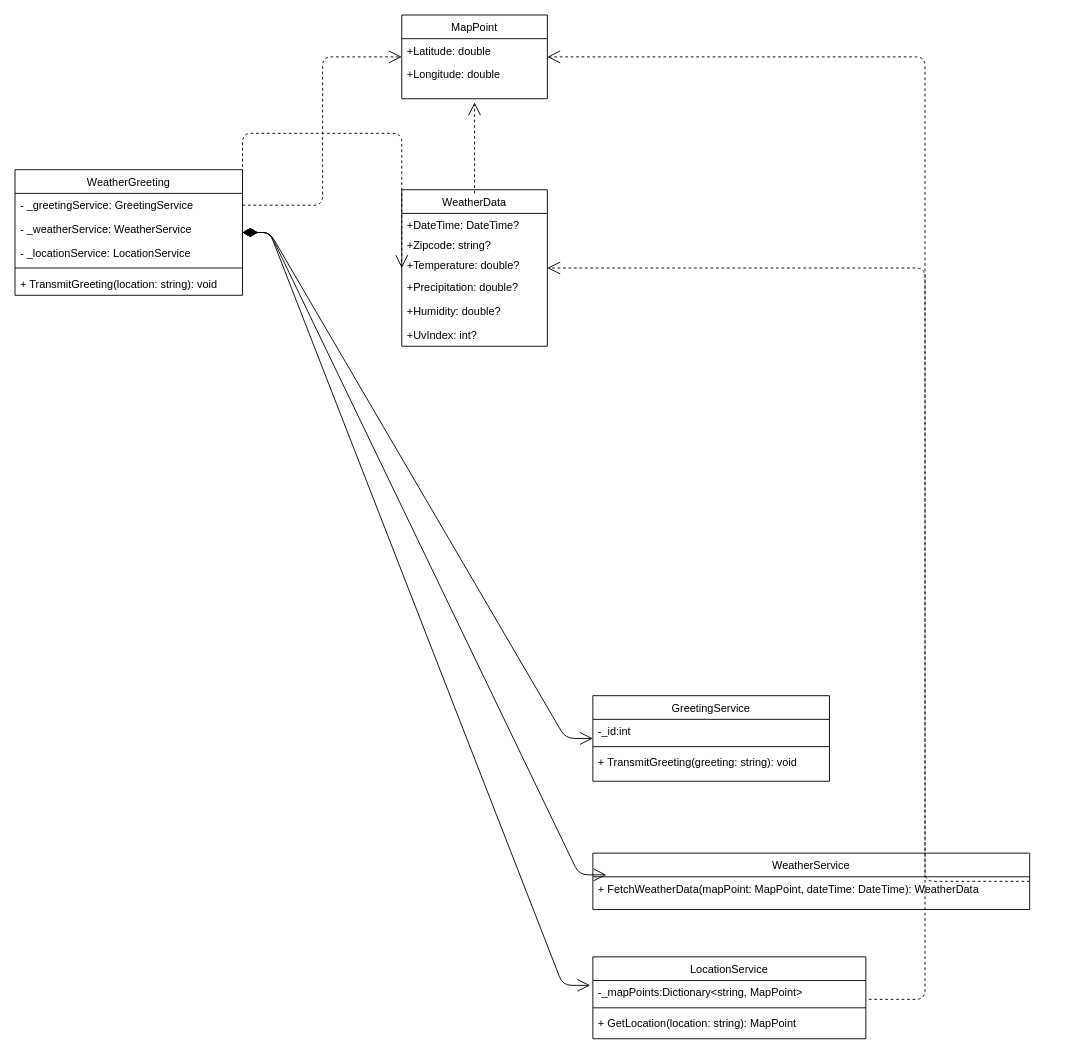
The draw.io diagram WeatherGreeting/weather-greeting-uml.drawio in d-german/weather-greeting, before the edit. Source tidied: cells renumbered, new cells numbered last; positions are measured from the earlier drawing's top-left corner, leaving out a move shared by most shapes. Both pictures are drawn from the tidied source at 91%, with x=0, y=0 at pixel (15, 15).
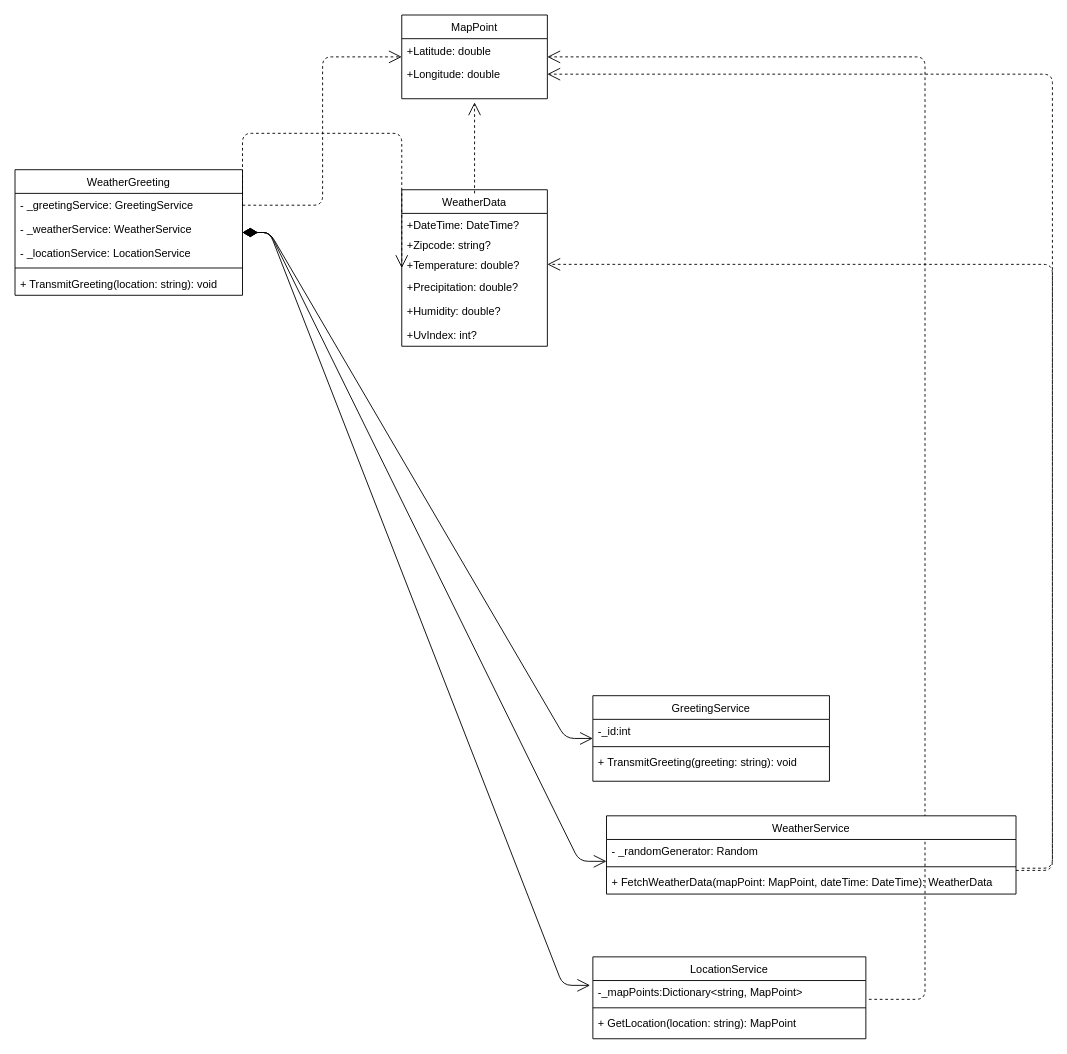
The same page after the edit.

The change refers to these unchanged cells:
```xml
<mxCell id="2" value="WeatherData" style="swimlane;fontStyle=0;align=center;verticalAlign=top;horizontal=1;startSize=26;rounded=0;shadow=0;strokeWidth=1;" parent="1" vertex="1">
  <mxGeometry x="425" y="192" width="160" height="172" as="geometry" />
</mxCell>
<mxCell id="5" value="+Temperature: double?" style="text;align=left;verticalAlign=top;spacingLeft=4;spacingRight=4;overflow=hidden;points=[[0,0.5],[1,0.5]];portConstraint=eastwest;rounded=0;shadow=0;html=0;" parent="2" vertex="1">
  <mxGeometry y="70" width="160" height="24" as="geometry" />
</mxCell>
<mxCell id="11" value="+Longitude: double" style="text;align=left;verticalAlign=top;spacingLeft=4;spacingRight=4;overflow=hidden;points=[[0,0.5],[1,0.5]];portConstraint=eastwest;rounded=0;shadow=0;html=0;" parent="9" vertex="1">
  <mxGeometry y="52" width="160" height="26" as="geometry" />
</mxCell>
<mxCell id="22" value="WeatherGreeting" style="swimlane;fontStyle=0;align=center;verticalAlign=top;horizontal=1;startSize=26;" parent="1" vertex="1">
  <mxGeometry y="170" width="250" height="138" as="geometry" />
</mxCell>
```

The edit, as a diff of the source:
```diff
@@
-    <mxCell id="20" value="WeatherService" style="swimlane;fontStyle=0;align=center;verticalAlign=top;horizontal=1;startSize=26;rounded=0;shadow=0;strokeWidth=1;" parent="1" vertex="1">
-      <mxGeometry x="635" y="921" width="480" height="62" as="geometry" />
-    </mxCell>
-    <mxCell id="21" value="+ FetchWeatherData(mapPoint: MapPoint, dateTime: DateTime): WeatherData" style="text;align=left;verticalAlign=top;spacingLeft=4;spacingRight=4;overflow=hidden;points=[[0,0.5],[1,0.5]];portConstraint=eastwest;" parent="20" vertex="1">
-      <mxGeometry y="26" width="480" height="26" as="geometry" />
-    </mxCell>
@@
-    <mxCell id="29" style="endArrow=open;html=1;endSize=12;startArrow=diamondThin;startSize=14;startFill=1;align=left;verticalAlign=bottom;edgeStyle=entityRelationEdgeStyle;entryX=0.031;entryY=0.385;entryDx=0;entryDy=0;entryPerimeter=0;exitX=1;exitY=0.5;exitDx=0;exitDy=0;" parent="1" edge="1" source="22" target="20">
+    <mxCell id="29" style="endArrow=open;html=1;endSize=12;startArrow=diamondThin;startSize=14;startFill=1;align=left;verticalAlign=bottom;edgeStyle=entityRelationEdgeStyle;entryX=0;entryY=0.923;entryDx=0;entryDy=0;entryPerimeter=0;exitX=1;exitY=0.5;exitDx=0;exitDy=0;" parent="1" edge="1" source="22" target="36">
       <mxGeometry x="-1" y="3" relative="1" as="geometry" />
     </mxCell>
@@
-    <mxCell id="33" style="endArrow=open;endSize=12;dashed=1;html=1;exitX=1;exitY=0.5;exitDx=0;exitDy=0;entryX=1;entryY=0.5;entryDx=0;entryDy=0;edgeStyle=elbowEdgeStyle;" parent="1" edge="1" source="20" target="2">
-      <mxGeometry x="-0.01" y="10" relative="1" as="geometry">
-        <Array as="points">
-          <mxPoint x="1000" y="509" />
-          <mxPoint x="740" y="438" />
-        </Array>
-      </mxGeometry>
-    </mxCell>
@@
+    <mxCell id="20" value="WeatherService" style="swimlane;fontStyle=0;align=center;verticalAlign=top;horizontal=1;startSize=26;" parent="1" vertex="1">
+      <mxGeometry x="650" y="880" width="450" height="86" as="geometry" />
+    </mxCell>
+    <mxCell id="36" value="- _randomGenerator: Random" style="text;strokeColor=none;fillColor=none;align=left;verticalAlign=top;spacingLeft=4;spacingRight=4;overflow=hidden;points=[[0,0.5],[1,0.5]];portConstraint=eastwest;" parent="20" vertex="1">
+      <mxGeometry y="26" width="450" height="26" as="geometry" />
+    </mxCell>
+    <mxCell id="37" style="line;strokeWidth=1;fillColor=none;align=left;verticalAlign=middle;spacingTop=-1;spacingLeft=3;spacingRight=3;labelPosition=right;points=[];portConstraint=eastwest;" parent="20" vertex="1">
+      <mxGeometry y="52" width="450" height="8" as="geometry" />
+    </mxCell>
+    <mxCell id="21" value="+ FetchWeatherData(mapPoint: MapPoint, dateTime: DateTime): WeatherData" style="text;strokeColor=none;fillColor=none;align=left;verticalAlign=top;spacingLeft=4;spacingRight=4;overflow=hidden;points=[[0,0.5],[1,0.5]];portConstraint=eastwest;" parent="20" vertex="1">
+      <mxGeometry y="60" width="450" height="26" as="geometry" />
+    </mxCell>
+    <mxCell id="38" style="endArrow=open;endSize=12;dashed=1;html=1;exitX=1;exitY=1;exitDx=0;exitDy=0;exitPerimeter=0;entryX=1;entryY=0.5;entryDx=0;entryDy=0;edgeStyle=elbowEdgeStyle;" parent="1" edge="1" source="37" target="11">
+      <mxGeometry y="-12" relative="1" as="geometry">
+        <Array as="points">
+          <mxPoint x="1140" y="530" />
+        </Array>
+      </mxGeometry>
+    </mxCell>
+    <mxCell id="39" style="endArrow=open;endSize=12;dashed=1;html=1;exitX=1.014;exitY=-0.093;exitDx=0;exitDy=0;exitPerimeter=0;entryX=1;entryY=0.5;entryDx=0;entryDy=0;edgeStyle=elbowEdgeStyle;" parent="1" edge="1" source="21" target="5">
+      <mxGeometry y="-12" relative="1" as="geometry">
+        <Array as="points">
+          <mxPoint x="1140" y="580" />
+        </Array>
+      </mxGeometry>
+    </mxCell>
```
